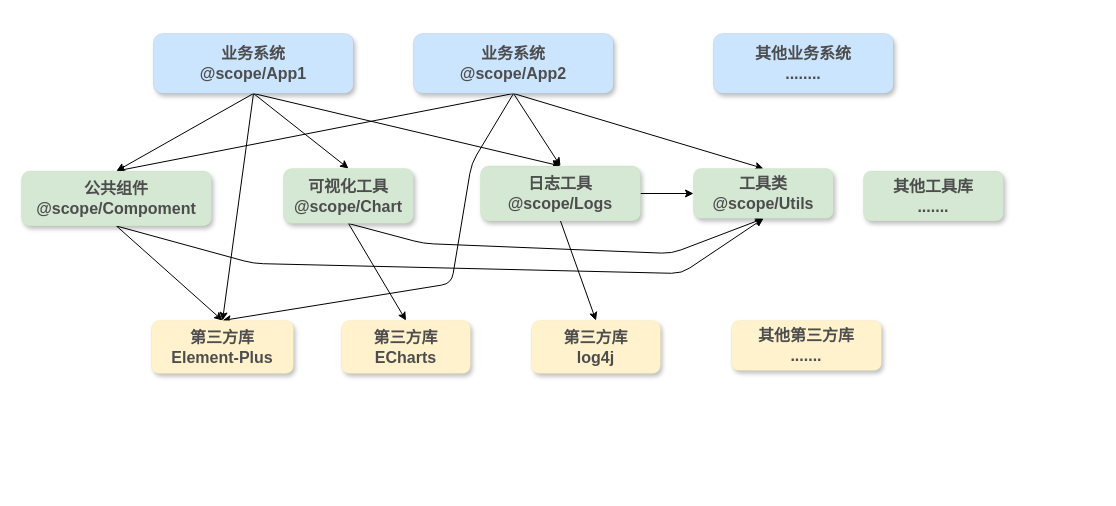
ykshang/MyBlog keeps this draw.io diagram as docs/前端/assert/2.drawio. Above is the earlier version. Source tidied: cells renumbered, new cells numbered last; positions are measured from the earlier drawing's top-left corner, leaving out a move shared by most shapes. Both pictures are drawn from the tidied source at 100%, with x=0, y=0 at pixel (21, 33).
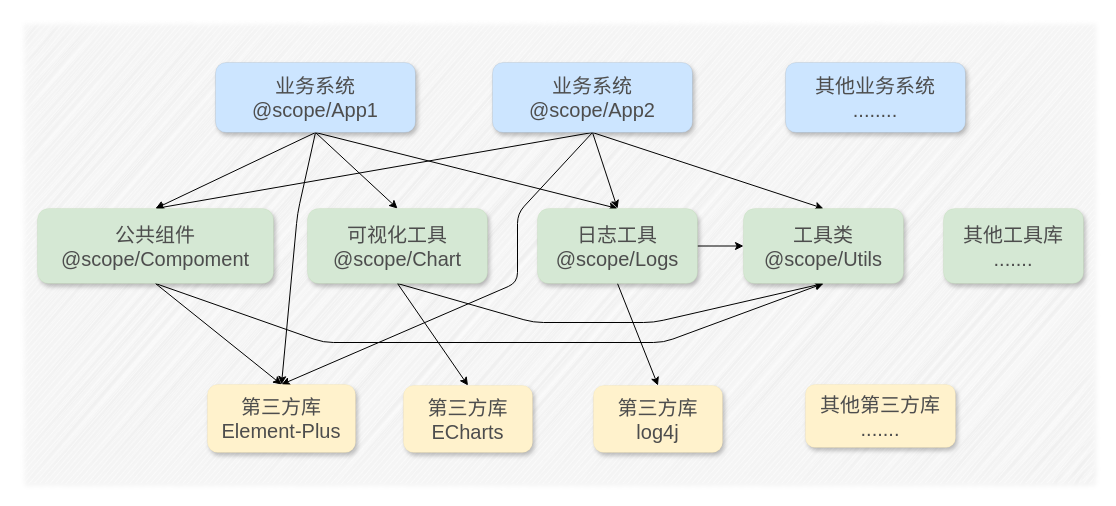
Above is the later version.

Diff of the diagram source:
```diff
@@
-<mxGraphModel background="#FFFFFF">
+<mxGraphModel>
@@
+    <mxCell id="28" style="rounded=0;whiteSpace=wrap;html=1;fillColor=#FAFAFA;fontSize=20;strokeColor=none;shadow=1;glass=0;sketch=1;curveFitting=1;jiggle=2;" parent="1" vertex="1">
+      <mxGeometry x="1" y="-12" width="1071" height="461" as="geometry" />
+    </mxCell>
-    <mxCell id="2" style="edgeStyle=none;html=1;entryX=0.5;entryY=0;entryDx=0;entryDy=0;exitX=0.5;exitY=1;exitDx=0;exitDy=0;" parent="1" edge="1" source="6" target="15">
+    <mxCell id="2" style="edgeStyle=none;html=1;entryX=0.5;entryY=0;entryDx=0;entryDy=0;exitX=0.5;exitY=1;exitDx=0;exitDy=0;fontSize=20;fontStyle=0;" parent="1" edge="1" source="6" target="15">
       <mxGeometry relative="1" as="geometry" />
     </mxCell>
-    <mxCell id="3" style="edgeStyle=none;html=1;entryX=0.5;entryY=0;entryDx=0;entryDy=0;exitX=0.5;exitY=1;exitDx=0;exitDy=0;" parent="1" edge="1" source="6" target="22">
-      <mxGeometry relative="1" as="geometry" />
+    <mxCell id="3" style="edgeStyle=none;html=1;entryX=0.5;entryY=0;entryDx=0;entryDy=0;exitX=0.5;exitY=1;exitDx=0;exitDy=0;fontSize=20;fontStyle=0;" parent="1" edge="1" source="6" target="22">
+      <mxGeometry relative="1" as="geometry">
+        <Array as="points">
+          <mxPoint x="276" y="180" />
+        </Array>
+      </mxGeometry>
     </mxCell>
-    <mxCell id="4" style="edgeStyle=none;html=1;exitX=0.5;exitY=1;exitDx=0;exitDy=0;entryX=0.5;entryY=0;entryDx=0;entryDy=0;" parent="1" edge="1" source="6" target="18">
+    <mxCell id="4" style="edgeStyle=none;html=1;exitX=0.5;exitY=1;exitDx=0;exitDy=0;entryX=0.5;entryY=0;entryDx=0;entryDy=0;fontSize=20;fontStyle=0;" parent="1" edge="1" source="6" target="18">
       <mxGeometry relative="1" as="geometry" />
     </mxCell>
-    <mxCell id="5" style="edgeStyle=none;html=1;exitX=0.5;exitY=1;exitDx=0;exitDy=0;entryX=0.5;entryY=0;entryDx=0;entryDy=0;" parent="1" edge="1" source="6" target="21">
+    <mxCell id="5" style="edgeStyle=none;html=1;exitX=0.5;exitY=1;exitDx=0;exitDy=0;entryX=0.5;entryY=0;entryDx=0;entryDy=0;fontSize=20;fontStyle=0;" parent="1" edge="1" source="6" target="21">
       <mxGeometry relative="1" as="geometry" />
     </mxCell>
-    <mxCell id="6" value="&lt;b&gt;&lt;font style=&quot;color: rgb(77, 77, 77);&quot;&gt;业务系统&lt;br&gt;@scope/App1&lt;/font&gt;&lt;/b&gt;" style="rounded=1;whiteSpace=wrap;html=1;spacing=-1;labelBackgroundColor=none;fillColor=#cce5ff;strokeColor=#36393d;fontSize=16;shadow=1;glass=0;strokeWidth=0;" parent="1" vertex="1">
-      <mxGeometry x="132" width="200" height="60" as="geometry" />
+    <mxCell id="6" value="&lt;span&gt;&lt;font style=&quot;color: rgb(77, 77, 77);&quot;&gt;业务系统&lt;br&gt;@scope/App1&lt;/font&gt;&lt;/span&gt;" style="rounded=1;whiteSpace=wrap;html=1;spacing=0;labelBackgroundColor=none;fillColor=#cce5ff;strokeColor=#36393d;fontSize=20;shadow=1;glass=0;strokeWidth=0;fontStyle=0;" parent="1" vertex="1">
+      <mxGeometry x="194" y="29" width="200" height="70" as="geometry" />
     </mxCell>
-    <mxCell id="7" style="edgeStyle=none;html=1;exitX=0.5;exitY=1;exitDx=0;exitDy=0;entryX=0.5;entryY=0;entryDx=0;entryDy=0;" parent="1" edge="1" source="11" target="21">
+    <mxCell id="7" style="edgeStyle=none;html=1;exitX=0.5;exitY=1;exitDx=0;exitDy=0;entryX=0.5;entryY=0;entryDx=0;entryDy=0;fontSize=20;fontStyle=0;" parent="1" edge="1" source="11" target="21">
       <mxGeometry relative="1" as="geometry" />
     </mxCell>
-    <mxCell id="8" style="edgeStyle=none;html=1;exitX=0.5;exitY=1;exitDx=0;exitDy=0;entryX=0.5;entryY=0;entryDx=0;entryDy=0;" parent="1" edge="1" source="11" target="23">
+    <mxCell id="8" style="edgeStyle=none;html=1;exitX=0.5;exitY=1;exitDx=0;exitDy=0;entryX=0.5;entryY=0;entryDx=0;entryDy=0;fontSize=20;fontStyle=0;" parent="1" edge="1" source="11" target="23">
       <mxGeometry relative="1" as="geometry" />
     </mxCell>
-    <mxCell id="9" style="edgeStyle=none;html=1;exitX=0.5;exitY=1;exitDx=0;exitDy=0;entryX=0.5;entryY=0;entryDx=0;entryDy=0;" parent="1" edge="1" source="11" target="15">
+    <mxCell id="9" style="edgeStyle=none;html=1;exitX=0.5;exitY=1;exitDx=0;exitDy=0;entryX=0.5;entryY=0;entryDx=0;entryDy=0;fontSize=20;fontStyle=0;" parent="1" edge="1" source="11" target="15">
       <mxGeometry relative="1" as="geometry" />
     </mxCell>
-    <mxCell id="10" style="edgeStyle=none;html=1;exitX=0.5;exitY=1;exitDx=0;exitDy=0;entryX=0.5;entryY=0;entryDx=0;entryDy=0;" parent="1" edge="1" source="11" target="22">
+    <mxCell id="10" style="edgeStyle=none;html=1;exitX=0.5;exitY=1;exitDx=0;exitDy=0;entryX=0.5;entryY=0;entryDx=0;entryDy=0;fontSize=20;fontStyle=0;" parent="1" edge="1" source="11" target="22">
       <mxGeometry relative="1" as="geometry">
         <Array as="points">
-          <mxPoint x="450" y="130" />
-          <mxPoint x="430" y="250" />
+          <mxPoint x="496" y="180" />
+          <mxPoint x="496" y="249" />
         </Array>
       </mxGeometry>
     </mxCell>
-    <mxCell id="11" value="&lt;b&gt;&lt;font style=&quot;color: rgb(77, 77, 77);&quot;&gt;业务系统&lt;br&gt;@scope/App2&lt;/font&gt;&lt;/b&gt;" style="rounded=1;whiteSpace=wrap;html=1;spacing=-1;labelBackgroundColor=none;fillColor=#cce5ff;strokeColor=#36393d;fontSize=16;shadow=1;glass=0;strokeWidth=0;" parent="1" vertex="1">
-      <mxGeometry x="392" width="200" height="60" as="geometry" />
+    <mxCell id="11" value="&lt;font style=&quot;color: rgb(77, 77, 77);&quot;&gt;业务系统&lt;br&gt;@scope/App2&lt;/font&gt;" style="rounded=1;whiteSpace=wrap;html=1;spacing=0;labelBackgroundColor=none;fillColor=#cce5ff;strokeColor=#36393d;fontSize=20;shadow=1;glass=0;strokeWidth=0;fontStyle=0;" parent="1" vertex="1">
+      <mxGeometry x="471" y="29" width="200" height="70" as="geometry" />
     </mxCell>
-    <mxCell id="12" value="&lt;b&gt;&lt;font style=&quot;color: rgb(77, 77, 77);&quot;&gt;其他业务系统&lt;br&gt;........&lt;/font&gt;&lt;/b&gt;" style="rounded=1;whiteSpace=wrap;html=1;spacing=-1;labelBackgroundColor=none;fillColor=#cce5ff;strokeColor=#36393d;fontSize=16;shadow=1;glass=0;strokeWidth=0;" parent="1" vertex="1">
-      <mxGeometry x="692" width="180" height="60" as="geometry" />
+    <mxCell id="12" value="&lt;font style=&quot;color: rgb(77, 77, 77);&quot;&gt;其他业务系统&lt;br&gt;........&lt;/font&gt;" style="rounded=1;whiteSpace=wrap;html=1;spacing=0;labelBackgroundColor=none;fillColor=#cce5ff;strokeColor=#36393d;fontSize=20;shadow=1;glass=0;strokeWidth=0;fontStyle=0;" parent="1" vertex="1">
+      <mxGeometry x="764" y="29" width="180" height="70" as="geometry" />
     </mxCell>
-    <mxCell id="13" style="edgeStyle=none;html=1;exitX=0.5;exitY=1;exitDx=0;exitDy=0;entryX=0.5;entryY=0;entryDx=0;entryDy=0;" parent="1" edge="1" source="15" target="22">
+    <mxCell id="13" style="edgeStyle=none;html=1;exitX=0.5;exitY=1;exitDx=0;exitDy=0;entryX=0.5;entryY=0;entryDx=0;entryDy=0;fontSize=20;fontStyle=0;" parent="1" edge="1" source="15" target="22">
       <mxGeometry relative="1" as="geometry" />
     </mxCell>
-    <mxCell id="14" style="edgeStyle=none;html=1;exitX=0.5;exitY=1;exitDx=0;exitDy=0;entryX=0.5;entryY=1;entryDx=0;entryDy=0;" parent="1" edge="1" source="15" target="23">
+    <mxCell id="14" style="edgeStyle=none;html=1;exitX=0.5;exitY=1;exitDx=0;exitDy=0;entryX=0.5;entryY=1;entryDx=0;entryDy=0;fontSize=20;fontStyle=0;" parent="1" edge="1" source="15" target="23">
       <mxGeometry relative="1" as="geometry">
         <Array as="points">
-          <mxPoint x="232" y="230" />
-          <mxPoint x="660" y="240" />
+          <mxPoint x="302" y="309" />
+          <mxPoint x="642" y="309" />
         </Array>
       </mxGeometry>
     </mxCell>
-    <mxCell id="15" value="&lt;b&gt;&lt;font style=&quot;color: rgb(77, 77, 77);&quot;&gt;公共组件@scope/Compoment&lt;/font&gt;&lt;/b&gt;" style="rounded=1;whiteSpace=wrap;html=1;spacing=-1;labelBackgroundColor=none;fillColor=#d5e8d4;strokeColor=#82b366;fontSize=16;shadow=1;glass=0;strokeWidth=0;" parent="1" vertex="1">
-      <mxGeometry y="137.5" width="190" height="55" as="geometry" />
+    <mxCell id="15" value="&lt;span&gt;&lt;font style=&quot;color: rgb(77, 77, 77);&quot;&gt;公共组件@scope/Compoment&lt;/font&gt;&lt;/span&gt;" style="rounded=1;whiteSpace=wrap;html=1;spacing=0;labelBackgroundColor=none;fillColor=#d5e8d4;strokeColor=#82b366;fontSize=20;shadow=1;glass=0;strokeWidth=0;fontStyle=0;" parent="1" vertex="1">
+      <mxGeometry x="16" y="175" width="236" height="75" as="geometry" />
     </mxCell>
-    <mxCell id="16" style="edgeStyle=none;html=1;exitX=0.5;exitY=1;exitDx=0;exitDy=0;entryX=0.5;entryY=1;entryDx=0;entryDy=0;" parent="1" edge="1" source="18" target="23">
+    <mxCell id="16" style="edgeStyle=none;html=1;exitX=0.5;exitY=1;exitDx=0;exitDy=0;entryX=0.5;entryY=1;entryDx=0;entryDy=0;fontSize=20;fontStyle=0;" parent="1" edge="1" source="18" target="23">
       <mxGeometry relative="1" as="geometry">
         <Array as="points">
-          <mxPoint x="402" y="210" />
-          <mxPoint x="650" y="220" />
+          <mxPoint x="512" y="289" />
+          <mxPoint x="632" y="289" />
         </Array>
       </mxGeometry>
     </mxCell>
-    <mxCell id="17" style="edgeStyle=none;html=1;exitX=0.5;exitY=1;exitDx=0;exitDy=0;entryX=0.5;entryY=0;entryDx=0;entryDy=0;" parent="1" edge="1" source="18" target="24">
+    <mxCell id="17" style="edgeStyle=none;html=1;exitX=0.5;exitY=1;exitDx=0;exitDy=0;entryX=0.5;entryY=0;entryDx=0;entryDy=0;fontSize=20;fontStyle=0;" parent="1" edge="1" source="18" target="24">
       <mxGeometry relative="1" as="geometry" />
     </mxCell>
-    <mxCell id="18" value="&lt;b&gt;&lt;font style=&quot;color: rgb(77, 77, 77);&quot;&gt;可视化工具&lt;/font&gt;&lt;/b&gt;&lt;b style=&quot;background-color: transparent;&quot;&gt;&lt;font style=&quot;color: rgb(77, 77, 77);&quot;&gt;@scope/Chart&lt;/font&gt;&lt;/b&gt;" style="rounded=1;whiteSpace=wrap;html=1;spacing=-1;labelBackgroundColor=none;fillColor=#d5e8d4;strokeColor=#82b366;fontSize=16;shadow=1;glass=0;strokeWidth=0;" parent="1" vertex="1">
-      <mxGeometry x="262" y="135" width="130" height="55" as="geometry" />
+    <mxCell id="18" value="&lt;span&gt;&lt;font style=&quot;color: rgb(77, 77, 77);&quot;&gt;可视化工具&lt;/font&gt;&lt;/span&gt;&lt;span style=&quot;background-color: transparent;&quot;&gt;&lt;font style=&quot;color: rgb(77, 77, 77);&quot;&gt;@scope/Chart&lt;/font&gt;&lt;/span&gt;" style="rounded=1;whiteSpace=wrap;html=1;spacing=0;labelBackgroundColor=none;fillColor=#d5e8d4;strokeColor=#82b366;fontSize=20;shadow=1;glass=0;strokeWidth=0;fontStyle=0;" parent="1" vertex="1">
+      <mxGeometry x="286" y="175" width="180" height="75" as="geometry" />
     </mxCell>
-    <mxCell id="19" style="edgeStyle=none;html=1;exitX=1;exitY=0.5;exitDx=0;exitDy=0;entryX=0;entryY=0.5;entryDx=0;entryDy=0;" parent="1" edge="1" source="21" target="23">
+    <mxCell id="19" style="edgeStyle=none;html=1;exitX=1;exitY=0.5;exitDx=0;exitDy=0;entryX=0;entryY=0.5;entryDx=0;entryDy=0;fontSize=20;fontStyle=0;" parent="1" edge="1" source="21" target="23">
       <mxGeometry relative="1" as="geometry" />
     </mxCell>
-    <mxCell id="20" style="edgeStyle=none;html=1;exitX=0.5;exitY=1;exitDx=0;exitDy=0;entryX=0.5;entryY=0;entryDx=0;entryDy=0;" parent="1" edge="1" source="21" target="25">
+    <mxCell id="20" style="edgeStyle=none;html=1;exitX=0.5;exitY=1;exitDx=0;exitDy=0;entryX=0.5;entryY=0;entryDx=0;entryDy=0;fontSize=20;fontStyle=0;" parent="1" edge="1" source="21" target="25">
       <mxGeometry relative="1" as="geometry" />
     </mxCell>
-    <mxCell id="21" value="&lt;b&gt;&lt;font style=&quot;color: rgb(77, 77, 77);&quot;&gt;日志工具&lt;/font&gt;&lt;/b&gt;&lt;div&gt;&lt;b&gt;&lt;font style=&quot;color: rgb(77, 77, 77);&quot;&gt;@scope/Logs&lt;/font&gt;&lt;/b&gt;&lt;/div&gt;" style="rounded=1;whiteSpace=wrap;html=1;spacing=-1;labelBackgroundColor=none;fillColor=#d5e8d4;strokeColor=#82b366;fontSize=16;shadow=1;glass=0;strokeWidth=0;" parent="1" vertex="1">
-      <mxGeometry x="459" y="132.5" width="160" height="55" as="geometry" />
+    <mxCell id="21" value="&lt;span&gt;&lt;font style=&quot;color: rgb(77, 77, 77);&quot;&gt;日志工具&lt;/font&gt;&lt;/span&gt;&lt;div&gt;&lt;span&gt;&lt;font style=&quot;color: rgb(77, 77, 77);&quot;&gt;@scope/Logs&lt;/font&gt;&lt;/span&gt;&lt;/div&gt;" style="rounded=1;whiteSpace=wrap;html=1;spacing=0;labelBackgroundColor=none;fillColor=#d5e8d4;strokeColor=#82b366;fontSize=20;shadow=1;glass=0;strokeWidth=0;fontStyle=0;" parent="1" vertex="1">
+      <mxGeometry x="516" y="175" width="160" height="75" as="geometry" />
     </mxCell>
-    <mxCell id="22" value="&lt;b&gt;&lt;font style=&quot;color: rgb(77, 77, 77);&quot;&gt;第三方库&lt;br&gt;Element-Plus&lt;/font&gt;&lt;/b&gt;" style="rounded=1;whiteSpace=wrap;html=1;spacing=-1;labelBackgroundColor=none;fillColor=#fff2cc;strokeColor=#d6b656;fontSize=16;shadow=1;glass=0;strokeWidth=0;" parent="1" vertex="1">
-      <mxGeometry x="130" y="287" width="142" height="53" as="geometry" />
+    <mxCell id="22" value="&lt;span&gt;&lt;font style=&quot;color: rgb(77, 77, 77);&quot;&gt;第三方库&lt;br&gt;Element-Plus&lt;/font&gt;&lt;/span&gt;" style="rounded=1;whiteSpace=wrap;html=1;spacing=0;labelBackgroundColor=none;fillColor=#fff2cc;strokeColor=#d6b656;fontSize=20;shadow=1;glass=0;strokeWidth=0;fontStyle=0;" parent="1" vertex="1">
+      <mxGeometry x="186" y="351" width="148" height="68" as="geometry" />
     </mxCell>
-    <mxCell id="23" value="&lt;b style=&quot;background-color: transparent;&quot;&gt;&lt;font style=&quot;color: rgb(77, 77, 77);&quot;&gt;工具类@scope/Utils&lt;/font&gt;&lt;/b&gt;" style="rounded=1;whiteSpace=wrap;html=1;spacing=-1;labelBackgroundColor=none;fillColor=#d5e8d4;strokeColor=#82b366;fontSize=16;shadow=1;glass=0;strokeWidth=0;" parent="1" vertex="1">
-      <mxGeometry x="672" y="135" width="140" height="50" as="geometry" />
+    <mxCell id="23" value="&lt;span style=&quot;background-color: transparent;&quot;&gt;&lt;font style=&quot;color: rgb(77, 77, 77);&quot;&gt;工具类@scope/Utils&lt;/font&gt;&lt;/span&gt;" style="rounded=1;whiteSpace=wrap;html=1;spacing=0;labelBackgroundColor=none;fillColor=#d5e8d4;strokeColor=#82b366;fontSize=20;shadow=1;glass=0;strokeWidth=0;fontStyle=0;" parent="1" vertex="1">
+      <mxGeometry x="722" y="175" width="160" height="75" as="geometry" />
     </mxCell>
-    <mxCell id="24" value="&lt;b&gt;&lt;font style=&quot;color: rgb(77, 77, 77);&quot;&gt;第三方库&lt;br&gt;ECharts&lt;/font&gt;&lt;/b&gt;" style="rounded=1;whiteSpace=wrap;html=1;spacing=-1;labelBackgroundColor=none;fillColor=#fff2cc;strokeColor=#d6b656;fontSize=16;shadow=1;glass=0;strokeWidth=0;" parent="1" vertex="1">
-      <mxGeometry x="320" y="287" width="129" height="53" as="geometry" />
+    <mxCell id="24" value="&lt;span&gt;&lt;font style=&quot;color: rgb(77, 77, 77);&quot;&gt;第三方库&lt;br&gt;ECharts&lt;/font&gt;&lt;/span&gt;" style="rounded=1;whiteSpace=wrap;html=1;spacing=0;labelBackgroundColor=none;fillColor=#fff2cc;strokeColor=#d6b656;fontSize=20;shadow=1;glass=0;strokeWidth=0;fontStyle=0;" parent="1" vertex="1">
+      <mxGeometry x="382" y="352" width="129" height="67" as="geometry" />
     </mxCell>
-    <mxCell id="25" value="&lt;b&gt;&lt;font style=&quot;color: rgb(77, 77, 77);&quot;&gt;第三方库&lt;br&gt;log4j&lt;/font&gt;&lt;/b&gt;" style="rounded=1;whiteSpace=wrap;html=1;spacing=-1;labelBackgroundColor=none;fillColor=#fff2cc;strokeColor=#d6b656;fontSize=16;shadow=1;glass=0;strokeWidth=0;" parent="1" vertex="1">
-      <mxGeometry x="510" y="287" width="129" height="53" as="geometry" />
+    <mxCell id="25" value="&lt;span&gt;&lt;font style=&quot;color: rgb(77, 77, 77);&quot;&gt;第三方库&lt;br&gt;log4j&lt;/font&gt;&lt;/span&gt;" style="rounded=1;whiteSpace=wrap;html=1;spacing=0;labelBackgroundColor=none;fillColor=#fff2cc;strokeColor=#d6b656;fontSize=20;shadow=1;glass=0;strokeWidth=0;fontStyle=0;" parent="1" vertex="1">
+      <mxGeometry x="572" y="352" width="129" height="67" as="geometry" />
     </mxCell>
-    <mxCell id="26" value="&lt;b&gt;&lt;font style=&quot;color: rgb(77, 77, 77);&quot;&gt;其他第三方库&lt;br&gt;.......&lt;/font&gt;&lt;/b&gt;" style="rounded=1;whiteSpace=wrap;html=1;spacing=-1;labelBackgroundColor=none;fillColor=#fff2cc;strokeColor=#d6b656;fontSize=16;shadow=1;glass=0;strokeWidth=0;" parent="1" vertex="1">
-      <mxGeometry x="710" y="287" width="150" height="50" as="geometry" />
+    <mxCell id="26" value="&lt;span&gt;&lt;font style=&quot;color: rgb(77, 77, 77);&quot;&gt;其他第三方库&lt;br&gt;.......&lt;/font&gt;&lt;/span&gt;" style="rounded=1;whiteSpace=wrap;html=1;spacing=0;labelBackgroundColor=none;fillColor=#fff2cc;strokeColor=#d6b656;fontSize=20;shadow=1;glass=0;strokeWidth=0;fontStyle=0;" parent="1" vertex="1">
+      <mxGeometry x="784" y="351" width="150" height="63" as="geometry" />
     </mxCell>
-    <mxCell id="27" value="&lt;b style=&quot;background-color: transparent;&quot;&gt;&lt;font style=&quot;color: rgb(77, 77, 77);&quot;&gt;其他工具库&lt;br&gt;.......&lt;/font&gt;&lt;/b&gt;" style="rounded=1;whiteSpace=wrap;html=1;spacing=-1;labelBackgroundColor=none;fillColor=#d5e8d4;strokeColor=#82b366;fontSize=16;shadow=1;glass=0;strokeWidth=0;" parent="1" vertex="1">
-      <mxGeometry x="842" y="137.5" width="140" height="50" as="geometry" />
+    <mxCell id="27" value="&lt;span style=&quot;background-color: transparent;&quot;&gt;&lt;font style=&quot;color: rgb(77, 77, 77);&quot;&gt;其他工具库&lt;br&gt;.......&lt;/font&gt;&lt;/span&gt;" style="rounded=1;whiteSpace=wrap;html=1;spacing=0;labelBackgroundColor=none;fillColor=#d5e8d4;strokeColor=#82b366;fontSize=20;shadow=1;glass=0;strokeWidth=0;fontStyle=0;" parent="1" vertex="1">
+      <mxGeometry x="922" y="175" width="140" height="75" as="geometry" />
     </mxCell>
```
